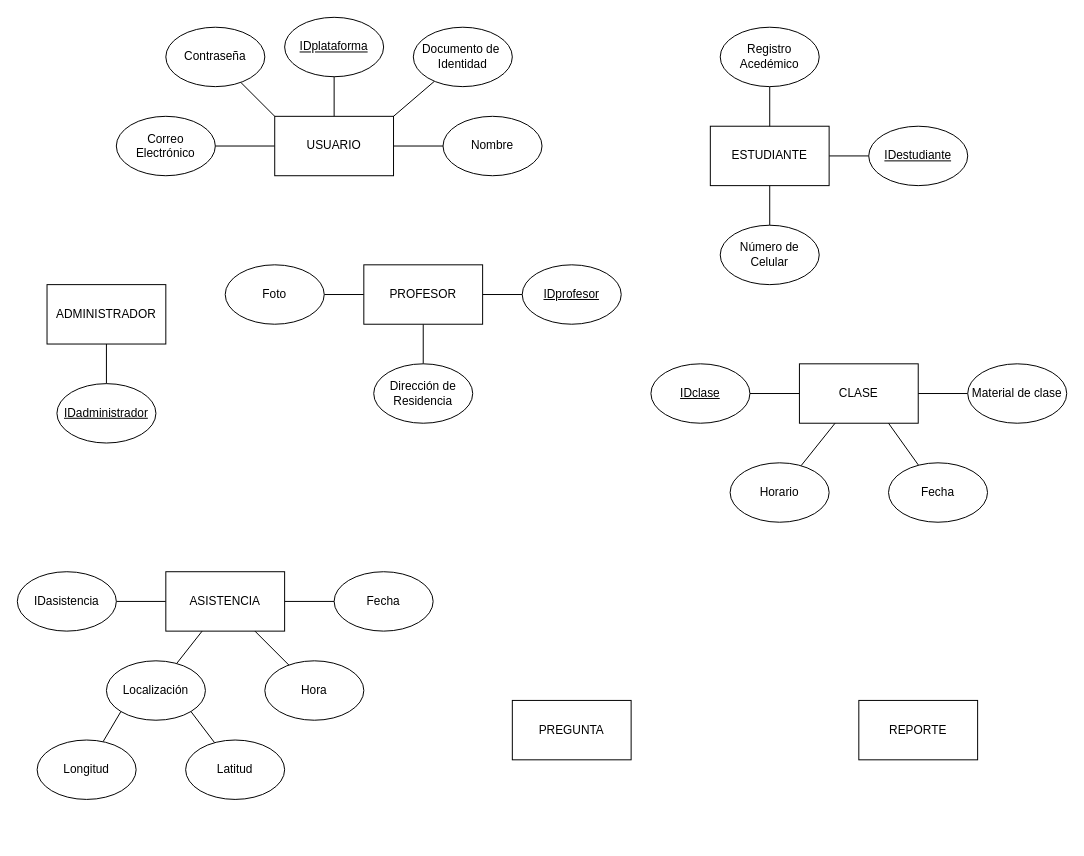
18luisc/Attenzio keeps this draw.io diagram as Attenzio Entidad-Relación.drawio. Above is the earlier version. Source tidied: cells renumbered, new cells numbered last; positions are measured from the earlier drawing's top-left corner, leaving out a move shared by most shapes. Both pictures are drawn from the tidied source at 99%, with x=0, y=0 at pixel (17, 17).
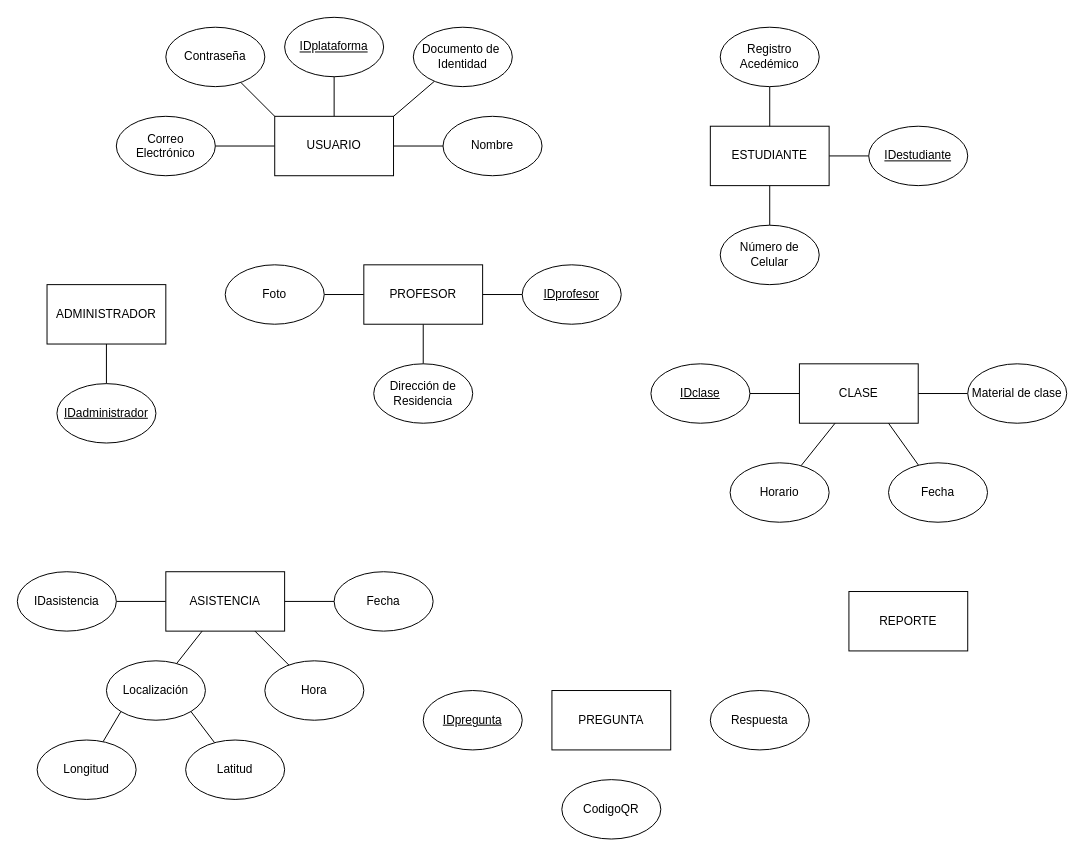
Above is the later version.

Commit message:
Se agrega atributos de la entidad Pregunta

What changed in the source:
```diff
@@
     <mxCell id="19" value="PREGUNTA" style="rounded=0;whiteSpace=wrap;html=1;" parent="1" vertex="1">
-      <mxGeometry x="500" y="690" width="120" height="60" as="geometry" />
+      <mxGeometry x="540" y="680" width="120" height="60" as="geometry" />
     </mxCell>
     <mxCell id="20" value="REPORTE" style="rounded=0;whiteSpace=wrap;html=1;" parent="1" vertex="1">
-      <mxGeometry x="850" y="690" width="120" height="60" as="geometry" />
+      <mxGeometry x="840" y="580" width="120" height="60" as="geometry" />
     </mxCell>
@@
+    <mxCell id="54" value="Respuesta" style="ellipse;whiteSpace=wrap;html=1;" parent="1" vertex="1">
+      <mxGeometry x="700" y="680" width="100" height="60" as="geometry" />
+    </mxCell>
+    <mxCell id="55" value="CodigoQR" style="ellipse;whiteSpace=wrap;html=1;" parent="1" vertex="1">
+      <mxGeometry x="550" y="770" width="100" height="60" as="geometry" />
+    </mxCell>
+    <mxCell id="56" value="&lt;u&gt;IDpregunta&lt;/u&gt;" style="ellipse;whiteSpace=wrap;html=1;" parent="1" vertex="1">
+      <mxGeometry x="410" y="680" width="100" height="60" as="geometry" />
+    </mxCell>
```
